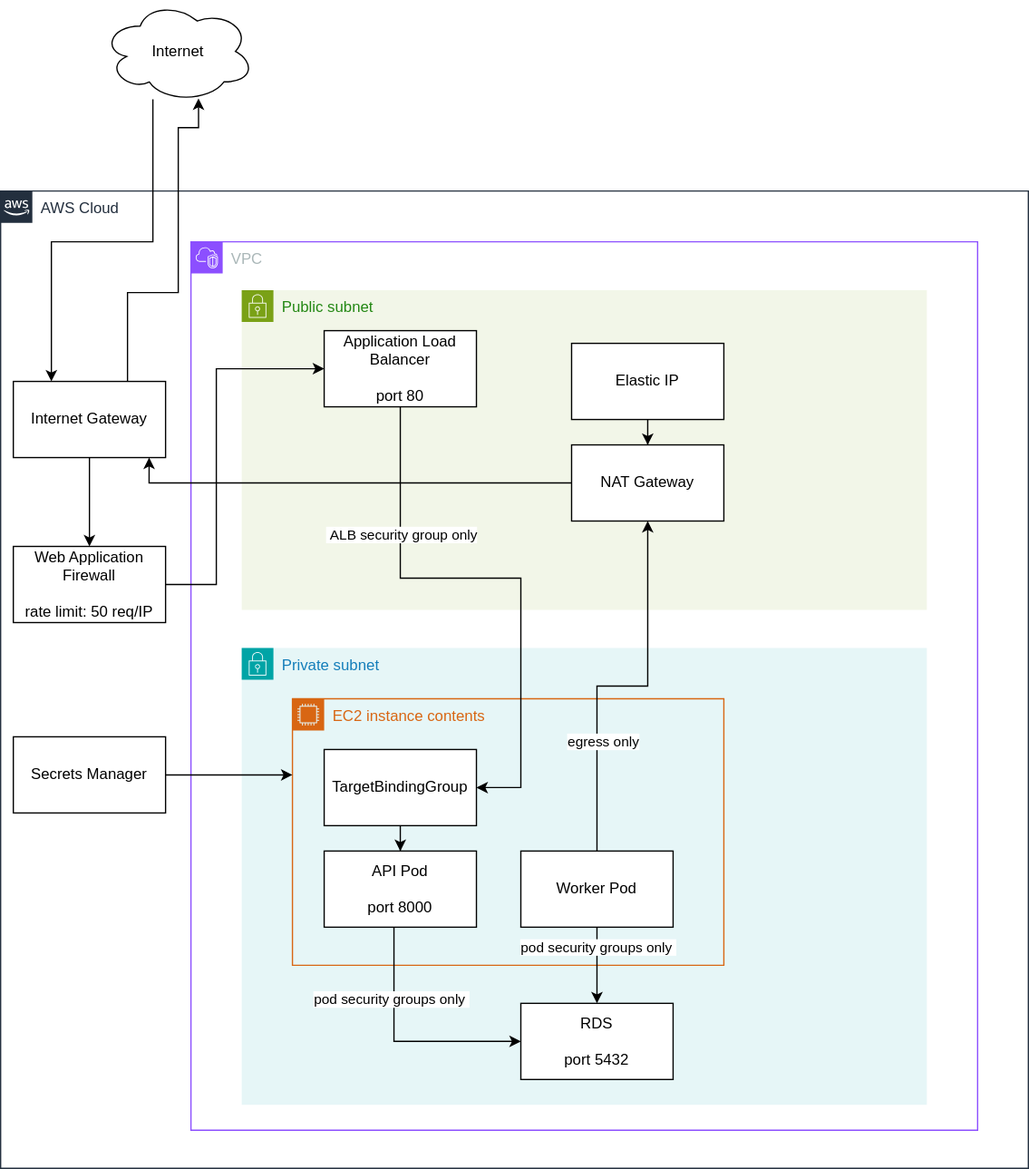
Above: diagram.svg in cmichaelsd/WebScraper (draw.io), before the change. Source tidied: cells renumbered, new cells last; positions are measured from the earlier drawing's top-left corner, leaving out a move shared by most shapes. Source of this version:
```xml
<mxGraphModel>
  <root>
    <mxCell id="0" />
    <mxCell id="1" parent="0" />
    <mxCell id="2" value="AWS Cloud" style="gradientColor=none;html=1;whiteSpace=wrap;fontSize=12;fontStyle=0;shape=mxgraph.aws4.group;grIcon=mxgraph.aws4.group_aws_cloud_alt;strokeColor=#232F3E;fillColor=none;verticalAlign=top;align=left;spacingLeft=30;fontColor=#232F3E;dashed=0;" parent="1" vertex="1">
      <mxGeometry y="150" width="810" height="770" as="geometry" />
    </mxCell>
    <mxCell id="3" value="VPC" style="gradientColor=none;html=1;whiteSpace=wrap;fontSize=12;fontStyle=0;shape=mxgraph.aws4.group;grIcon=mxgraph.aws4.group_vpc2;strokeColor=#8C4FFF;fillColor=none;verticalAlign=top;align=left;spacingLeft=30;fontColor=#AAB7B8;dashed=0;" parent="2" vertex="1">
      <mxGeometry x="150" y="40" width="620" height="700" as="geometry" />
    </mxCell>
    <mxCell id="4" value="Public subnet" style="gradientColor=none;html=1;whiteSpace=wrap;fontSize=12;fontStyle=0;shape=mxgraph.aws4.group;grIcon=mxgraph.aws4.group_security_group;grStroke=0;strokeColor=#7AA116;fillColor=#F2F6E8;verticalAlign=top;align=left;spacingLeft=30;fontColor=#248814;dashed=0;" parent="3" vertex="1">
      <mxGeometry x="40" y="38.1" width="540" height="251.9" as="geometry" />
    </mxCell>
    <mxCell id="5" value="NAT Gateway" style="rounded=0;whiteSpace=wrap;html=1;" parent="4" vertex="1">
      <mxGeometry x="260" y="121.9" width="120" height="60" as="geometry" />
    </mxCell>
    <mxCell id="6" style="edgeStyle=orthogonalEdgeStyle;rounded=0;jettySize=auto;html=1;" parent="4" edge="1" source="7" target="5">
      <mxGeometry relative="1" as="geometry" />
    </mxCell>
    <mxCell id="7" value="Elastic IP" style="rounded=0;whiteSpace=wrap;html=1;" parent="4" vertex="1">
      <mxGeometry x="260" y="41.9" width="120" height="60" as="geometry" />
    </mxCell>
    <mxCell id="8" value="Application Load Balancer&lt;div&gt;&lt;br&gt;&lt;/div&gt;&lt;div&gt;port 80&lt;/div&gt;" style="rounded=0;whiteSpace=wrap;html=1;" parent="4" vertex="1">
      <mxGeometry x="65" y="31.9" width="120" height="60" as="geometry" />
    </mxCell>
    <mxCell id="9" value="Private subnet" style="gradientColor=none;html=1;whiteSpace=wrap;fontSize=12;fontStyle=0;shape=mxgraph.aws4.group;grIcon=mxgraph.aws4.group_security_group;grStroke=0;strokeColor=#00A4A6;fillColor=#E6F6F7;verticalAlign=top;align=left;spacingLeft=30;fontColor=#147EBA;dashed=0;" parent="3" vertex="1">
      <mxGeometry x="40" y="320" width="540" height="360" as="geometry" />
    </mxCell>
    <mxCell id="10" value="EC2 instance contents" style="points=[[0,0],[0.25,0],[0.5,0],[0.75,0],[1,0],[1,0.25],[1,0.5],[1,0.75],[1,1],[0.75,1],[0.5,1],[0.25,1],[0,1],[0,0.75],[0,0.5],[0,0.25]];outlineConnect=0;gradientColor=none;html=1;whiteSpace=wrap;fontSize=12;fontStyle=0;shape=mxgraph.aws4.group;grIcon=mxgraph.aws4.group_ec2_instance_contents;strokeColor=#D86613;fillColor=none;verticalAlign=top;align=left;spacingLeft=30;fontColor=#D86613;dashed=0;" parent="9" vertex="1">
      <mxGeometry x="40" y="40" width="340" height="210" as="geometry" />
    </mxCell>
    <mxCell id="11" value="API Pod&lt;div&gt;&lt;br&gt;&lt;/div&gt;&lt;div&gt;port 8000&lt;/div&gt;" style="rounded=0;whiteSpace=wrap;html=1;" parent="10" vertex="1">
      <mxGeometry x="25" y="120" width="120" height="60" as="geometry" />
    </mxCell>
    <mxCell id="12" value="Worker Pod" style="rounded=0;whiteSpace=wrap;html=1;" parent="10" vertex="1">
      <mxGeometry x="180" y="120" width="120" height="60" as="geometry" />
    </mxCell>
    <mxCell id="13" style="edgeStyle=orthogonalEdgeStyle;rounded=0;jettySize=auto;html=1;" parent="10" edge="1" source="14" target="11">
      <mxGeometry relative="1" as="geometry" />
    </mxCell>
    <mxCell id="14" value="TargetBindingGroup" style="whiteSpace=wrap;html=1;rounded=0;" parent="10" vertex="1">
      <mxGeometry x="25" y="40" width="120" height="60" as="geometry" />
    </mxCell>
    <mxCell id="15" value="RDS&lt;div&gt;&lt;br&gt;&lt;/div&gt;&lt;div&gt;port 5432&lt;/div&gt;" style="rounded=0;whiteSpace=wrap;html=1;" parent="9" vertex="1">
      <mxGeometry x="220" y="280" width="120" height="60" as="geometry" />
    </mxCell>
    <mxCell id="16" style="edgeStyle=orthogonalEdgeStyle;rounded=0;jettySize=auto;html=1;entryX=0;entryY=0.5;entryDx=0;entryDy=0;" parent="9" edge="1" source="11" target="15">
      <mxGeometry relative="1" as="geometry">
        <Array as="points">
          <mxPoint x="120" y="310" />
        </Array>
      </mxGeometry>
    </mxCell>
    <mxCell id="17" value="pod security groups only&amp;nbsp;" style="edgeLabel;html=1;align=center;verticalAlign=middle;" parent="16" vertex="1">
      <mxGeometry x="-0.41" y="-3" relative="1" as="geometry" />
    </mxCell>
    <mxCell id="18" style="edgeStyle=orthogonalEdgeStyle;rounded=0;jettySize=auto;html=1;" parent="9" edge="1" source="12" target="15">
      <mxGeometry relative="1" as="geometry" />
    </mxCell>
    <mxCell id="19" value="pod security groups only&amp;nbsp;" style="edgeLabel;html=1;align=center;verticalAlign=middle;" parent="18" vertex="1">
      <mxGeometry x="-0.23" y="-2" relative="1" as="geometry">
        <mxPoint x="2" y="-8" as="offset" />
      </mxGeometry>
    </mxCell>
    <mxCell id="20" style="edgeStyle=orthogonalEdgeStyle;rounded=0;jettySize=auto;html=1;" parent="3" edge="1" source="8" target="14">
      <mxGeometry relative="1" as="geometry">
        <Array as="points">
          <mxPoint x="165" y="265" />
          <mxPoint x="260" y="265" />
          <mxPoint x="260" y="430" />
        </Array>
      </mxGeometry>
    </mxCell>
    <mxCell id="21" value="&amp;nbsp;ALB security group only" style="edgeLabel;html=1;align=center;verticalAlign=middle;" parent="20" vertex="1">
      <mxGeometry x="-0.2" y="-1" relative="1" as="geometry">
        <mxPoint x="-36" y="-36" as="offset" />
      </mxGeometry>
    </mxCell>
    <mxCell id="22" style="edgeStyle=orthogonalEdgeStyle;rounded=0;jettySize=auto;html=1;" parent="3" edge="1" source="12" target="5">
      <mxGeometry relative="1" as="geometry" />
    </mxCell>
    <mxCell id="23" value="egress only" style="edgeLabel;html=1;align=center;verticalAlign=middle;" parent="22" vertex="1">
      <mxGeometry x="-0.42" y="-4" relative="1" as="geometry" />
    </mxCell>
    <mxCell id="24" style="edgeStyle=orthogonalEdgeStyle;rounded=0;jettySize=auto;html=1;entryX=0;entryY=0.5;entryDx=0;entryDy=0;" parent="2" edge="1" source="25" target="8">
      <mxGeometry relative="1" as="geometry">
        <Array as="points">
          <mxPoint x="170" y="310" />
          <mxPoint x="170" y="140" />
        </Array>
      </mxGeometry>
    </mxCell>
    <mxCell id="25" value="Web Application Firewall&lt;div&gt;&lt;br&gt;&lt;div&gt;rate limit: 50 req/IP&lt;/div&gt;&lt;/div&gt;" style="rounded=0;whiteSpace=wrap;html=1;" parent="2" vertex="1">
      <mxGeometry x="10" y="280" width="120" height="60" as="geometry" />
    </mxCell>
    <mxCell id="26" style="edgeStyle=orthogonalEdgeStyle;rounded=0;jettySize=auto;html=1;" parent="2" edge="1" source="27" target="25">
      <mxGeometry relative="1" as="geometry" />
    </mxCell>
    <mxCell id="27" value="Internet Gateway" style="rounded=0;whiteSpace=wrap;html=1;" parent="2" vertex="1">
      <mxGeometry x="10" y="150" width="120" height="60" as="geometry" />
    </mxCell>
    <mxCell id="28" style="edgeStyle=orthogonalEdgeStyle;rounded=0;jettySize=auto;html=1;entryX=0.892;entryY=1;entryDx=0;entryDy=0;entryPerimeter=0;" parent="2" edge="1" source="5" target="27">
      <mxGeometry relative="1" as="geometry" />
    </mxCell>
    <mxCell id="29" style="edgeStyle=orthogonalEdgeStyle;rounded=0;jettySize=auto;html=1;" parent="2" edge="1" source="30" target="10">
      <mxGeometry relative="1" as="geometry">
        <Array as="points">
          <mxPoint x="210" y="460" />
          <mxPoint x="210" y="460" />
        </Array>
      </mxGeometry>
    </mxCell>
    <mxCell id="30" value="Secrets Manager" style="rounded=0;whiteSpace=wrap;html=1;" parent="2" vertex="1">
      <mxGeometry x="10" y="430" width="120" height="60" as="geometry" />
    </mxCell>
    <mxCell id="31" style="edgeStyle=orthogonalEdgeStyle;rounded=0;jettySize=auto;html=1;entryX=0.25;entryY=0;entryDx=0;entryDy=0;" parent="1" edge="1" source="32" target="27">
      <mxGeometry relative="1" as="geometry">
        <Array as="points">
          <mxPoint x="120" y="190" />
          <mxPoint x="40" y="190" />
        </Array>
      </mxGeometry>
    </mxCell>
    <mxCell id="32" value="Internet" style="ellipse;shape=cloud;whiteSpace=wrap;html=1;" parent="1" vertex="1">
      <mxGeometry x="80" width="120" height="80" as="geometry" />
    </mxCell>
    <mxCell id="33" style="edgeStyle=orthogonalEdgeStyle;rounded=0;jettySize=auto;html=1;exitX=0.75;exitY=0;exitDx=0;exitDy=0;entryX=0.633;entryY=0.963;entryDx=0;entryDy=0;entryPerimeter=0;" parent="1" edge="1" source="27" target="32">
      <mxGeometry relative="1" as="geometry">
        <Array as="points">
          <mxPoint x="100" y="230" />
          <mxPoint x="140" y="230" />
          <mxPoint x="140" y="100" />
          <mxPoint x="156" y="100" />
        </Array>
      </mxGeometry>
    </mxCell>
  </root>
</mxGraphModel>
```
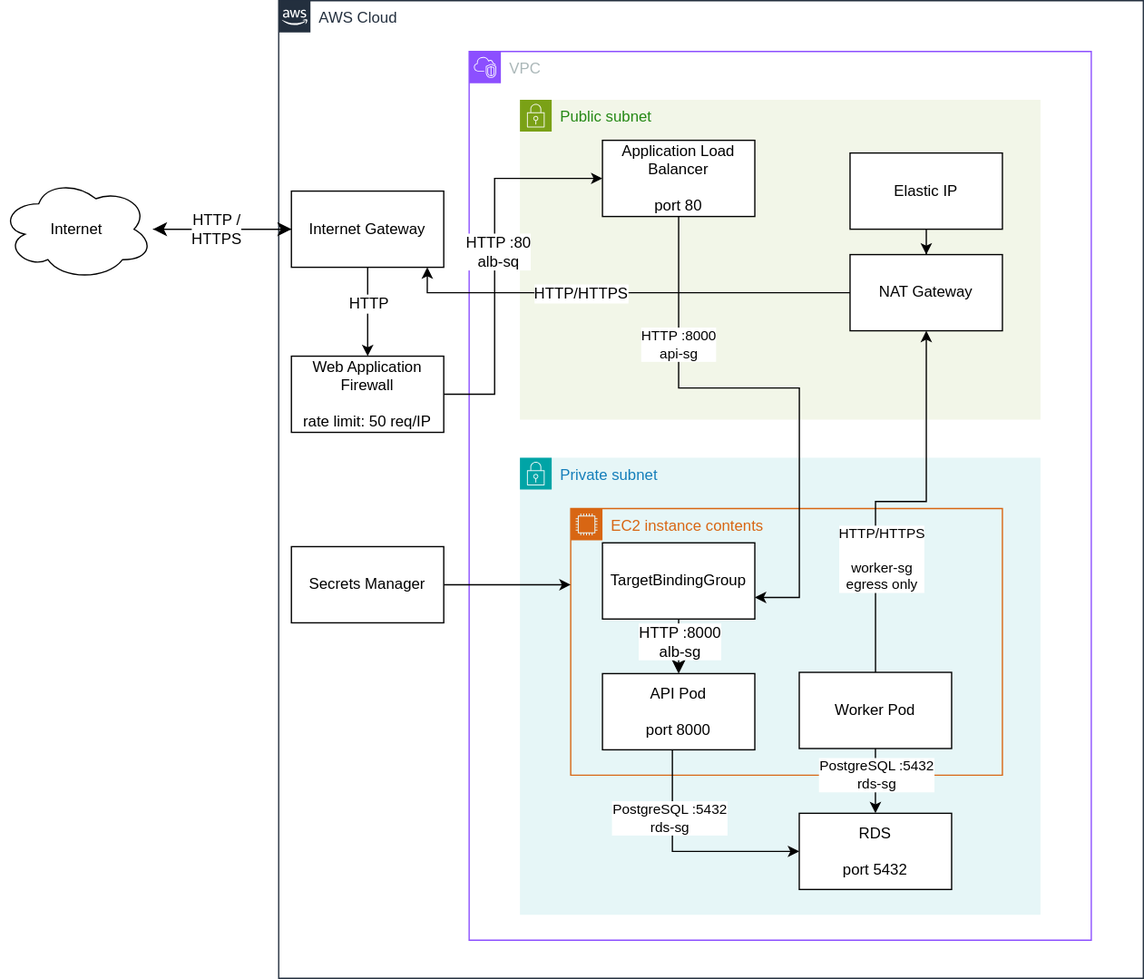
Later version of the same file.

What changed in the source:
```diff
@@ -3,13 +3,13 @@
     <mxCell id="0" />
     <mxCell id="1" parent="0" />
     <mxCell id="2" value="AWS Cloud" style="gradientColor=none;html=1;whiteSpace=wrap;fontSize=12;fontStyle=0;shape=mxgraph.aws4.group;grIcon=mxgraph.aws4.group_aws_cloud_alt;strokeColor=#232F3E;fillColor=none;verticalAlign=top;align=left;spacingLeft=30;fontColor=#232F3E;dashed=0;" parent="1" vertex="1">
-      <mxGeometry y="150" width="810" height="770" as="geometry" />
+      <mxGeometry x="-1" y="150" width="681" height="770" as="geometry" />
     </mxCell>
     <mxCell id="3" value="VPC" style="gradientColor=none;html=1;whiteSpace=wrap;fontSize=12;fontStyle=0;shape=mxgraph.aws4.group;grIcon=mxgraph.aws4.group_vpc2;strokeColor=#8C4FFF;fillColor=none;verticalAlign=top;align=left;spacingLeft=30;fontColor=#AAB7B8;dashed=0;" parent="2" vertex="1">
-      <mxGeometry x="150" y="40" width="620" height="700" as="geometry" />
+      <mxGeometry x="150" y="40" width="490" height="700" as="geometry" />
     </mxCell>
     <mxCell id="4" value="Public subnet" style="gradientColor=none;html=1;whiteSpace=wrap;fontSize=12;fontStyle=0;shape=mxgraph.aws4.group;grIcon=mxgraph.aws4.group_security_group;grStroke=0;strokeColor=#7AA116;fillColor=#F2F6E8;verticalAlign=top;align=left;spacingLeft=30;fontColor=#248814;dashed=0;" parent="3" vertex="1">
-      <mxGeometry x="40" y="38.1" width="540" height="251.9" as="geometry" />
+      <mxGeometry x="40" y="38.1" width="410" height="251.9" as="geometry" />
     </mxCell>
     <mxCell id="5" value="NAT Gateway" style="rounded=0;whiteSpace=wrap;html=1;" parent="4" vertex="1">
       <mxGeometry x="260" y="121.9" width="120" height="60" as="geometry" />
@@ -24,22 +24,27 @@
       <mxGeometry x="65" y="31.9" width="120" height="60" as="geometry" />
     </mxCell>
     <mxCell id="9" value="Private subnet" style="gradientColor=none;html=1;whiteSpace=wrap;fontSize=12;fontStyle=0;shape=mxgraph.aws4.group;grIcon=mxgraph.aws4.group_security_group;grStroke=0;strokeColor=#00A4A6;fillColor=#E6F6F7;verticalAlign=top;align=left;spacingLeft=30;fontColor=#147EBA;dashed=0;" parent="3" vertex="1">
-      <mxGeometry x="40" y="320" width="540" height="360" as="geometry" />
+      <mxGeometry x="40" y="320" width="410" height="360" as="geometry" />
     </mxCell>
     <mxCell id="10" value="EC2 instance contents" style="points=[[0,0],[0.25,0],[0.5,0],[0.75,0],[1,0],[1,0.25],[1,0.5],[1,0.75],[1,1],[0.75,1],[0.5,1],[0.25,1],[0,1],[0,0.75],[0,0.5],[0,0.25]];outlineConnect=0;gradientColor=none;html=1;whiteSpace=wrap;fontSize=12;fontStyle=0;shape=mxgraph.aws4.group;grIcon=mxgraph.aws4.group_ec2_instance_contents;strokeColor=#D86613;fillColor=none;verticalAlign=top;align=left;spacingLeft=30;fontColor=#D86613;dashed=0;" parent="9" vertex="1">
       <mxGeometry x="40" y="40" width="340" height="210" as="geometry" />
     </mxCell>
     <mxCell id="11" value="API Pod&lt;div&gt;&lt;br&gt;&lt;/div&gt;&lt;div&gt;port 8000&lt;/div&gt;" style="rounded=0;whiteSpace=wrap;html=1;" parent="10" vertex="1">
-      <mxGeometry x="25" y="120" width="120" height="60" as="geometry" />
+      <mxGeometry x="25" y="130" width="120" height="60" as="geometry" />
     </mxCell>
     <mxCell id="12" value="Worker Pod" style="rounded=0;whiteSpace=wrap;html=1;" parent="10" vertex="1">
-      <mxGeometry x="180" y="120" width="120" height="60" as="geometry" />
+      <mxGeometry x="180" y="129" width="120" height="60" as="geometry" />
     </mxCell>
-    <mxCell id="13" style="edgeStyle=orthogonalEdgeStyle;rounded=0;jettySize=auto;html=1;" parent="10" edge="1" source="14" target="11">
+    <mxCell id="13" style="edgeStyle=none;curved=1;rounded=0;jettySize=auto;html=1;fontSize=12;startSize=8;endSize=8;" parent="10" edge="1" source="14" target="11">
       <mxGeometry relative="1" as="geometry" />
     </mxCell>
+    <mxCell id="34" value="HTTP :8000&lt;br&gt;alb-sg" style="edgeLabel;html=1;align=center;verticalAlign=middle;fontSize=12;" parent="13" vertex="1">
+      <mxGeometry x="-0.28" relative="1" as="geometry">
+        <mxPoint y="2" as="offset" />
+      </mxGeometry>
+    </mxCell>
     <mxCell id="14" value="TargetBindingGroup" style="whiteSpace=wrap;html=1;rounded=0;" parent="10" vertex="1">
-      <mxGeometry x="25" y="40" width="120" height="60" as="geometry" />
+      <mxGeometry x="25" y="27" width="120" height="60" as="geometry" />
     </mxCell>
     <mxCell id="15" value="RDS&lt;div&gt;&lt;br&gt;&lt;/div&gt;&lt;div&gt;port 5432&lt;/div&gt;" style="rounded=0;whiteSpace=wrap;html=1;" parent="9" vertex="1">
       <mxGeometry x="220" y="280" width="120" height="60" as="geometry" />
@@ -51,15 +56,15 @@
         </Array>
       </mxGeometry>
     </mxCell>
-    <mxCell id="17" value="pod security groups only&amp;nbsp;" style="edgeLabel;html=1;align=center;verticalAlign=middle;" parent="16" vertex="1">
+    <mxCell id="17" value="PostgreSQL :5432&lt;br&gt;rds-sg" style="edgeLabel;html=1;align=center;verticalAlign=middle;" parent="16" vertex="1">
       <mxGeometry x="-0.41" y="-3" relative="1" as="geometry" />
     </mxCell>
     <mxCell id="18" style="edgeStyle=orthogonalEdgeStyle;rounded=0;jettySize=auto;html=1;" parent="9" edge="1" source="12" target="15">
       <mxGeometry relative="1" as="geometry" />
     </mxCell>
-    <mxCell id="19" value="pod security groups only&amp;nbsp;" style="edgeLabel;html=1;align=center;verticalAlign=middle;" parent="18" vertex="1">
+    <mxCell id="19" value="PostgreSQL :5432&lt;br&gt;rds-sg" style="edgeLabel;html=1;align=center;verticalAlign=middle;" parent="18" vertex="1">
       <mxGeometry x="-0.23" y="-2" relative="1" as="geometry">
-        <mxPoint x="2" y="-8" as="offset" />
+        <mxPoint x="2" as="offset" />
       </mxGeometry>
     </mxCell>
     <mxCell id="20" style="edgeStyle=orthogonalEdgeStyle;rounded=0;jettySize=auto;html=1;" parent="3" edge="1" source="8" target="14">
@@ -71,7 +76,7 @@
         </Array>
       </mxGeometry>
     </mxCell>
-    <mxCell id="21" value="&amp;nbsp;ALB security group only" style="edgeLabel;html=1;align=center;verticalAlign=middle;" parent="20" vertex="1">
+    <mxCell id="21" value="HTTP :8000&lt;br&gt;api-sg" style="edgeLabel;html=1;align=center;verticalAlign=middle;" parent="20" vertex="1">
       <mxGeometry x="-0.2" y="-1" relative="1" as="geometry">
         <mxPoint x="-36" y="-36" as="offset" />
       </mxGeometry>
@@ -79,7 +84,7 @@
     <mxCell id="22" style="edgeStyle=orthogonalEdgeStyle;rounded=0;jettySize=auto;html=1;" parent="3" edge="1" source="12" target="5">
       <mxGeometry relative="1" as="geometry" />
     </mxCell>
-    <mxCell id="23" value="egress only" style="edgeLabel;html=1;align=center;verticalAlign=middle;" parent="22" vertex="1">
+    <mxCell id="23" value="HTTP/HTTPS&lt;br&gt;&lt;br&gt;worker-sg&lt;br&gt;egress only" style="edgeLabel;html=1;align=center;verticalAlign=middle;" parent="22" vertex="1">
       <mxGeometry x="-0.42" y="-4" relative="1" as="geometry" />
     </mxCell>
     <mxCell id="24" style="edgeStyle=orthogonalEdgeStyle;rounded=0;jettySize=auto;html=1;entryX=0;entryY=0.5;entryDx=0;entryDy=0;" parent="2" edge="1" source="25" target="8">
@@ -90,18 +95,32 @@
         </Array>
       </mxGeometry>
     </mxCell>
+    <mxCell id="35" value="HTTP :80&lt;br&gt;alb-sq" style="edgeLabel;html=1;align=center;verticalAlign=middle;fontSize=12;" parent="24" vertex="1">
+      <mxGeometry x="0.04" y="-2" relative="1" as="geometry" />
+    </mxCell>
     <mxCell id="25" value="Web Application Firewall&lt;div&gt;&lt;br&gt;&lt;div&gt;rate limit: 50 req/IP&lt;/div&gt;&lt;/div&gt;" style="rounded=0;whiteSpace=wrap;html=1;" parent="2" vertex="1">
       <mxGeometry x="10" y="280" width="120" height="60" as="geometry" />
     </mxCell>
     <mxCell id="26" style="edgeStyle=orthogonalEdgeStyle;rounded=0;jettySize=auto;html=1;" parent="2" edge="1" source="27" target="25">
-      <mxGeometry relative="1" as="geometry" />
+      <mxGeometry relative="1" as="geometry">
+        <Array as="points">
+          <mxPoint x="70" y="240" />
+          <mxPoint x="70" y="240" />
+        </Array>
+      </mxGeometry>
     </mxCell>
+    <mxCell id="36" value="HTTP" style="edgeLabel;html=1;align=center;verticalAlign=middle;fontSize=12;" parent="26" vertex="1">
+      <mxGeometry x="-0.2" relative="1" as="geometry" />
+    </mxCell>
     <mxCell id="27" value="Internet Gateway" style="rounded=0;whiteSpace=wrap;html=1;" parent="2" vertex="1">
       <mxGeometry x="10" y="150" width="120" height="60" as="geometry" />
     </mxCell>
     <mxCell id="28" style="edgeStyle=orthogonalEdgeStyle;rounded=0;jettySize=auto;html=1;entryX=0.892;entryY=1;entryDx=0;entryDy=0;entryPerimeter=0;" parent="2" edge="1" source="5" target="27">
       <mxGeometry relative="1" as="geometry" />
     </mxCell>
+    <mxCell id="37" value="HTTP/HTTPS" style="edgeLabel;html=1;align=center;verticalAlign=middle;fontSize=12;" parent="28" vertex="1">
+      <mxGeometry x="0.21" relative="1" as="geometry" />
+    </mxCell>
     <mxCell id="29" style="edgeStyle=orthogonalEdgeStyle;rounded=0;jettySize=auto;html=1;" parent="2" edge="1" source="30" target="10">
       <mxGeometry relative="1" as="geometry">
         <Array as="points">
@@ -113,26 +132,17 @@
     <mxCell id="30" value="Secrets Manager" style="rounded=0;whiteSpace=wrap;html=1;" parent="2" vertex="1">
       <mxGeometry x="10" y="430" width="120" height="60" as="geometry" />
     </mxCell>
-    <mxCell id="31" style="edgeStyle=orthogonalEdgeStyle;rounded=0;jettySize=auto;html=1;entryX=0.25;entryY=0;entryDx=0;entryDy=0;" parent="1" edge="1" source="32" target="27">
-      <mxGeometry relative="1" as="geometry">
-        <Array as="points">
-          <mxPoint x="120" y="190" />
-          <mxPoint x="40" y="190" />
-        </Array>
-      </mxGeometry>
+    <mxCell id="31" style="edgeStyle=none;curved=1;rounded=0;jettySize=auto;html=1;fontSize=12;startSize=8;endSize=8;" parent="1" edge="1" source="32" target="27">
+      <mxGeometry relative="1" as="geometry" />
     </mxCell>
     <mxCell id="32" value="Internet" style="ellipse;shape=cloud;whiteSpace=wrap;html=1;" parent="1" vertex="1">
-      <mxGeometry x="80" width="120" height="80" as="geometry" />
+      <mxGeometry x="-220" y="290" width="120" height="80" as="geometry" />
     </mxCell>
-    <mxCell id="33" style="edgeStyle=orthogonalEdgeStyle;rounded=0;jettySize=auto;html=1;exitX=0.75;exitY=0;exitDx=0;exitDy=0;entryX=0.633;entryY=0.963;entryDx=0;entryDy=0;entryPerimeter=0;" parent="1" edge="1" source="27" target="32">
-      <mxGeometry relative="1" as="geometry">
-        <Array as="points">
-          <mxPoint x="100" y="230" />
-          <mxPoint x="140" y="230" />
-          <mxPoint x="140" y="100" />
-          <mxPoint x="156" y="100" />
-        </Array>
-      </mxGeometry>
+    <mxCell id="33" style="edgeStyle=none;curved=1;rounded=0;jettySize=auto;html=1;fontSize=12;startSize=8;endSize=8;" parent="1" edge="1" source="27" target="32">
+      <mxGeometry relative="1" as="geometry" />
     </mxCell>
+    <mxCell id="38" value="HTTP /&lt;br&gt;HTTPS" style="edgeLabel;html=1;align=center;verticalAlign=middle;fontSize=12;" parent="33" vertex="1">
+      <mxGeometry x="0.1" y="-1" relative="1" as="geometry" />
+    </mxCell>
   </root>
 </mxGraphModel>
```
